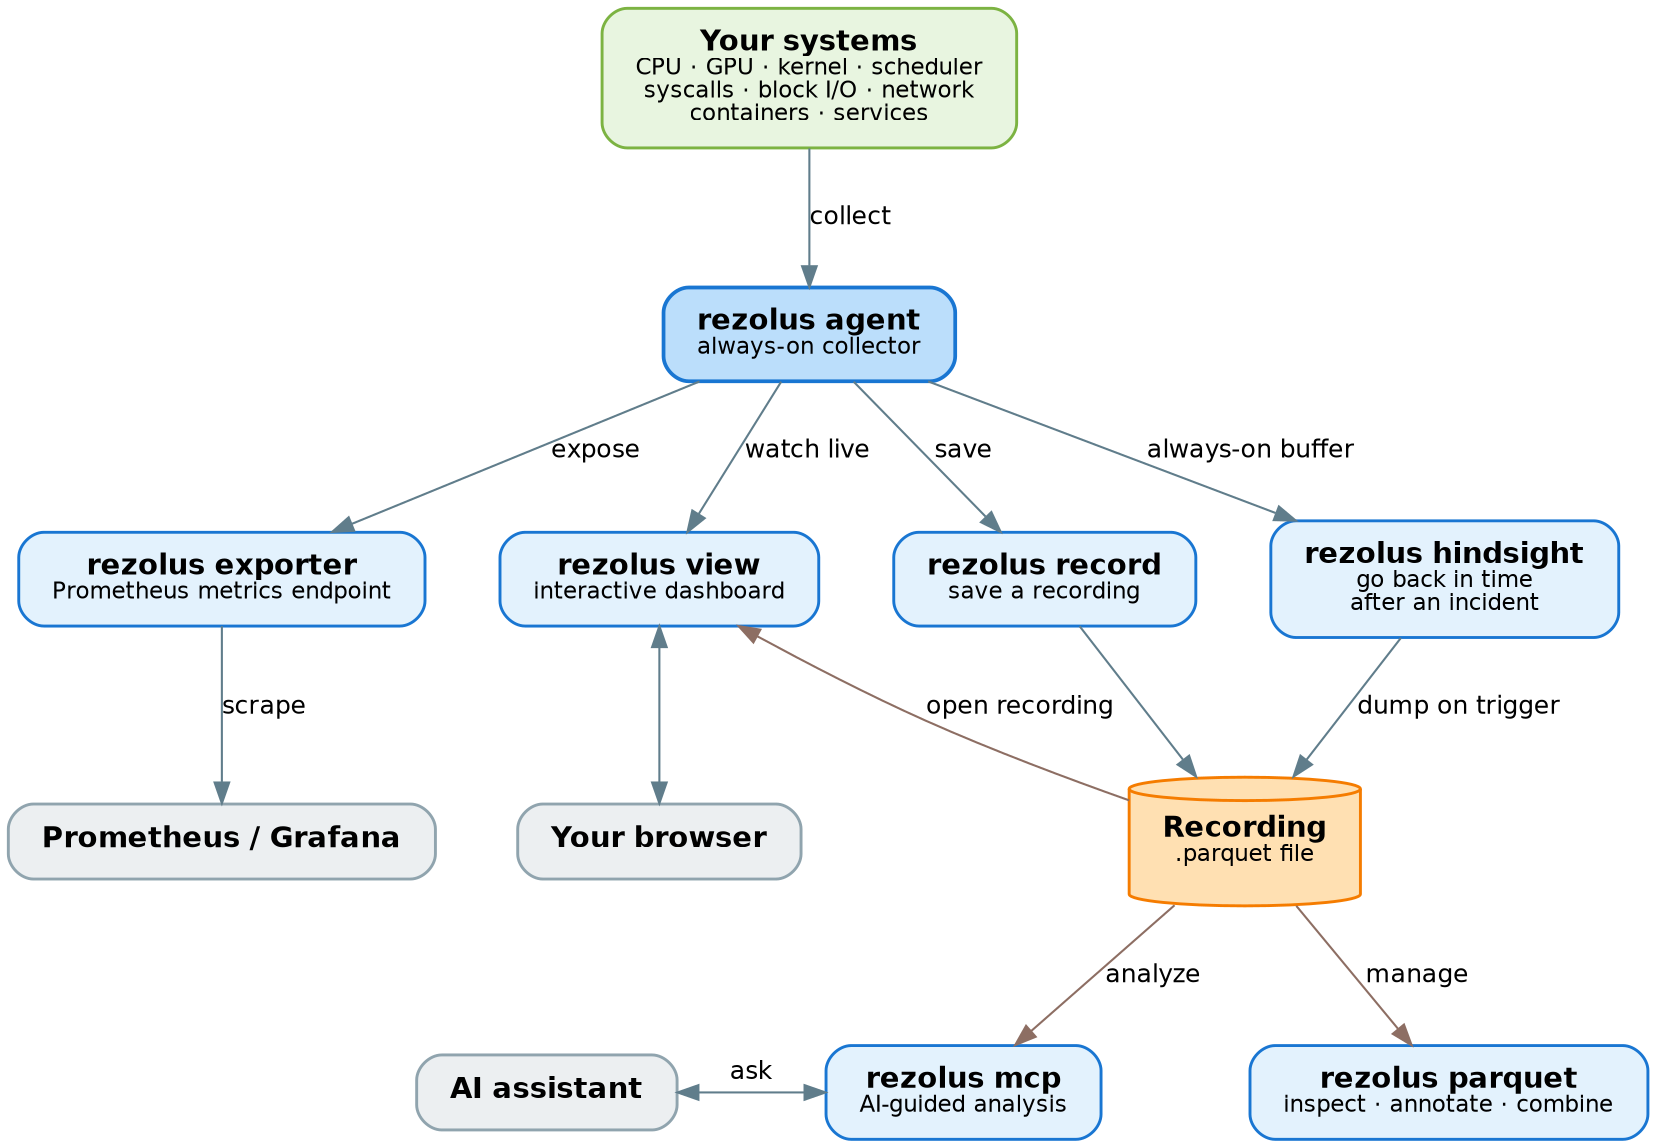
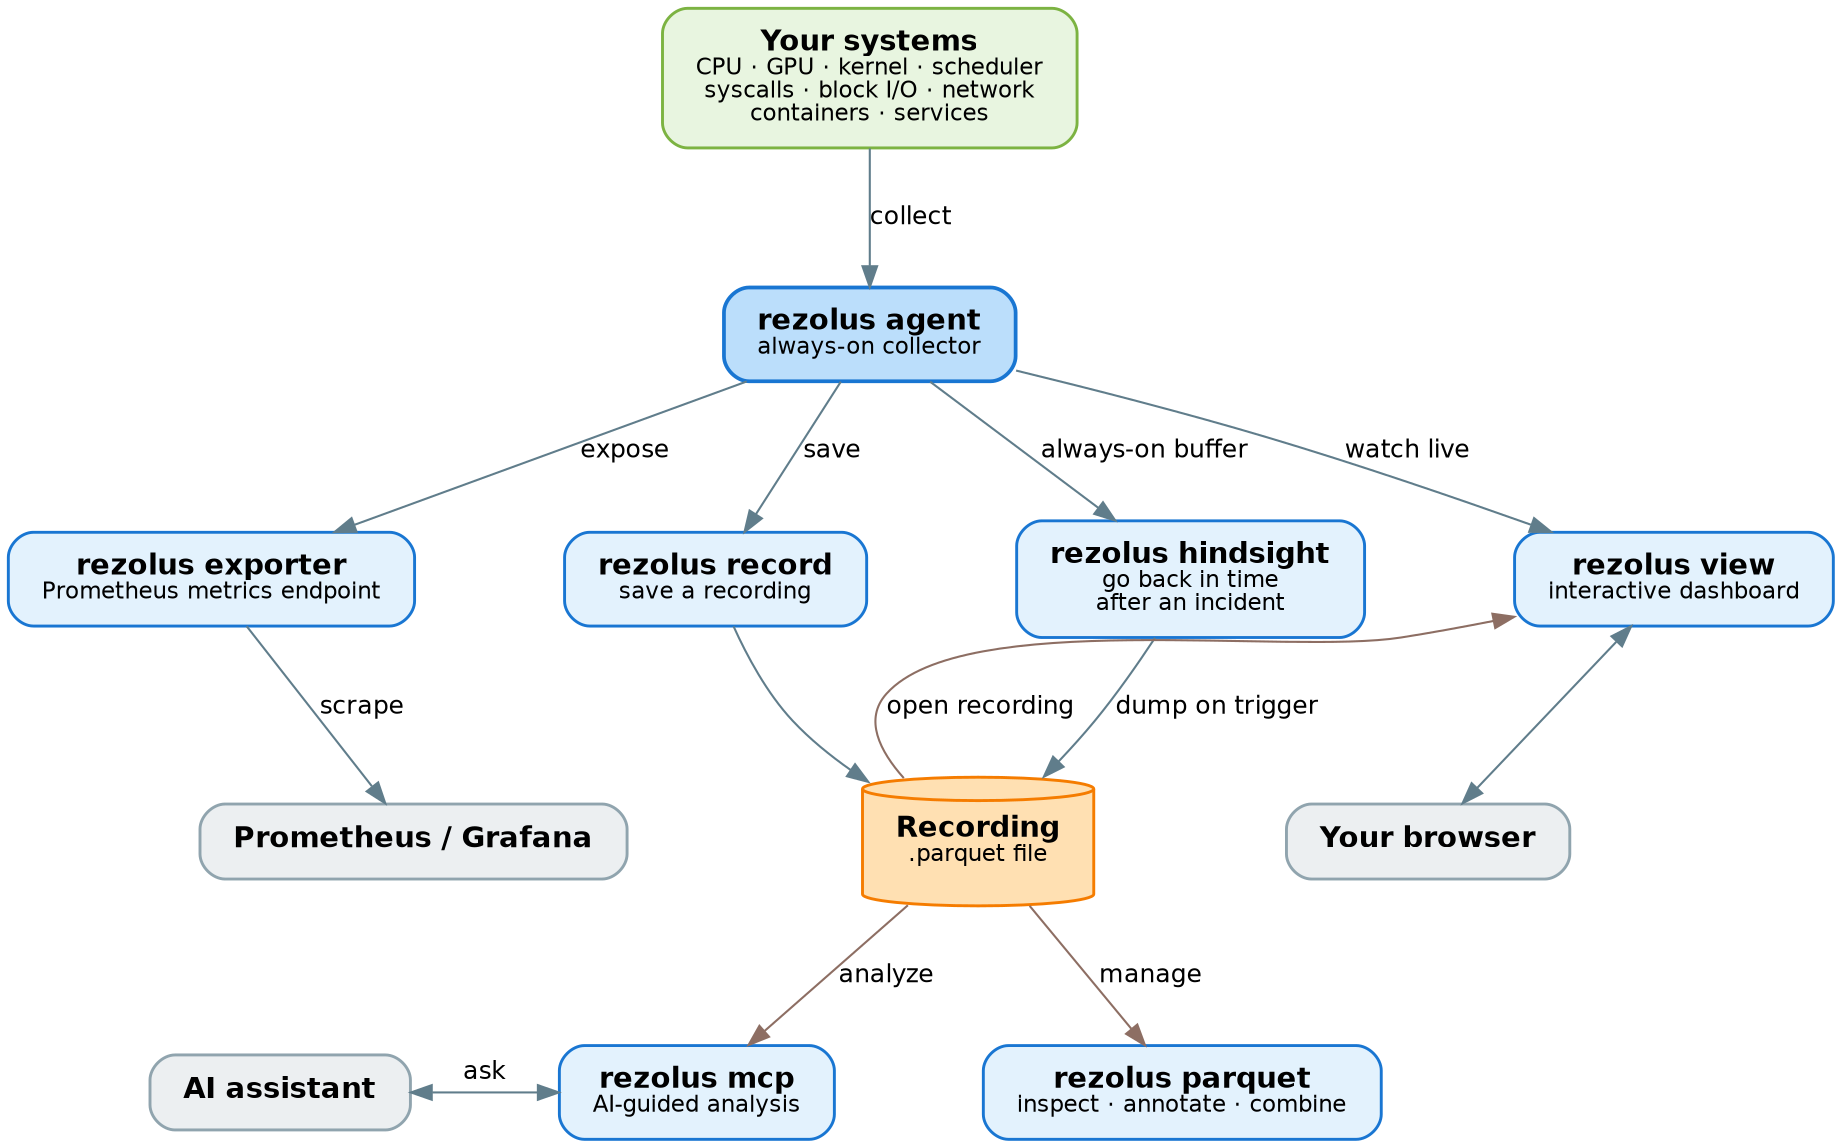
// Rezolus — what you can do with it (user's view)
//
// Render:  dot -Tsvg docs/architecture.dot -o docs/architecture.svg
//          dot -Tpng docs/architecture.dot -o docs/architecture.png
//
// Everything below is the one `rezolus` binary — you just pick the
// subcommand for the job. Arrows read as "what you do next".

digraph rezolus {
  rankdir=TB;
  fontname="Helvetica";
  nodesep=0.5;
  ranksep=0.75;
  bgcolor="white";

  node [fontname="Helvetica", fontsize=14, shape=box, style="rounded,filled", penwidth=1.4, margin="0.22,0.14"];
  edge [fontname="Helvetica", fontsize=12, color="#607d8b"];

  // ---- What you're watching --------------------------------------------
  system [label=<<b>Your systems</b><br/><font point-size="11">CPU · GPU · kernel · scheduler<br/>syscalls · block I/O · network<br/>containers · services</font>>,
          fillcolor="#e8f5e0", color="#7cb342"];

  // ---- The always-on collector -----------------------------------------
  agent [label=<<b>rezolus agent</b><br/><font point-size="11">always-on collector</font>>,
         fillcolor="#bbdefb", color="#1976d2", penwidth=1.8];

  // ---- Live: stream and watch ------------------------------------------
  exporter [label=<<b>rezolus exporter</b><br/><font point-size="11">Prometheus metrics endpoint</font>>, fillcolor="#e3f2fd", color="#1976d2"];
  view     [label=<<b>rezolus view</b><br/><font point-size="11">interactive dashboard</font>>,     fillcolor="#e3f2fd", color="#1976d2"];

  // ---- Capture to a file -----------------------------------------------
  record    [label=<<b>rezolus record</b><br/><font point-size="11">save a recording</font>>,                 fillcolor="#e3f2fd", color="#1976d2"];
  hindsight [label=<<b>rezolus hindsight</b><br/><font point-size="11">go back in time<br/>after an incident</font>>, fillcolor="#e3f2fd", color="#1976d2"];

  // ---- Work with recordings --------------------------------------------
  mcp     [label=<<b>rezolus mcp</b><br/><font point-size="11">AI-guided analysis</font>>,          fillcolor="#e3f2fd", color="#1976d2"];
  pqtools [label=<<b>rezolus parquet</b><br/><font point-size="11">inspect · annotate · combine</font>>, fillcolor="#e3f2fd", color="#1976d2"];

  // ---- The recording artifact ------------------------------------------
  recording [label=<<b>Recording</b><br/><font point-size="11">.parquet file</font>>,
             shape=cylinder, fillcolor="#ffe0b2", color="#f57c00"];

  // ---- Where the value lands -------------------------------------------
  grafana [label=<<b>Prometheus / Grafana</b>>, fillcolor="#eceff1", color="#90a4ae"];
  browser [label=<<b>Your browser</b>>,          fillcolor="#eceff1", color="#90a4ae"];
  llm     [label=<<b>AI assistant</b>>,           fillcolor="#eceff1", color="#90a4ae"];

-   // ---- Layout: rows keep the picture compact ---------------------------
-   {rank=same; exporter; view; record; hindsight;}
-   {rank=same; grafana; browser; recording;}
+   // ---- Layout: rows keep the picture compact; invisible edges pin the
+   //      left-to-right order within each row --------------------------
+   // view sits on the far right (next to the recording it opens); the
+   // other three are the expose/capture subcommands.
+   {rank=same; exporter; record; hindsight; view; exporter -> record -> hindsight -> view [style=invis];}
+   {rank=same; grafana; recording; browser; grafana -> recording -> browser [style=invis];}
  // mcp and parquet sit side by side directly under the recording, with
-   // the AI assistant to the left of mcp. The invisible edges pin the
-   // left-to-right order of this row.
+   // the AI assistant to the left of mcp.
  {rank=same; llm; mcp; pqtools; llm -> mcp -> pqtools [style=invis];}

  // ---- Collect ----------------------------------------------------------
  system -> agent [label="collect"];

  // ---- Live from the agent ---------------------------------------------
  agent -> exporter  [label="expose"];
  agent -> view      [label="watch live"];
  agent -> record    [label="save"];
  agent -> hindsight [label="always-on buffer"];

  exporter -> grafana [label="scrape"];

  // ---- Produce a recording ---------------------------------------------
  record    -> recording;
  hindsight -> recording [label="dump on trigger"];

  // ---- Do things with the recording ------------------------------------
  recording -> view    [label="open recording", color="#8d6e63", constraint=false];
  recording -> mcp     [label="analyze", color="#8d6e63"];
  recording -> pqtools [label="manage",  color="#8d6e63"];

  // ---- Outcomes ---------------------------------------------------------
  view -> browser [dir=both];
  mcp  -> llm     [label="ask", dir=both, constraint=false];
}
